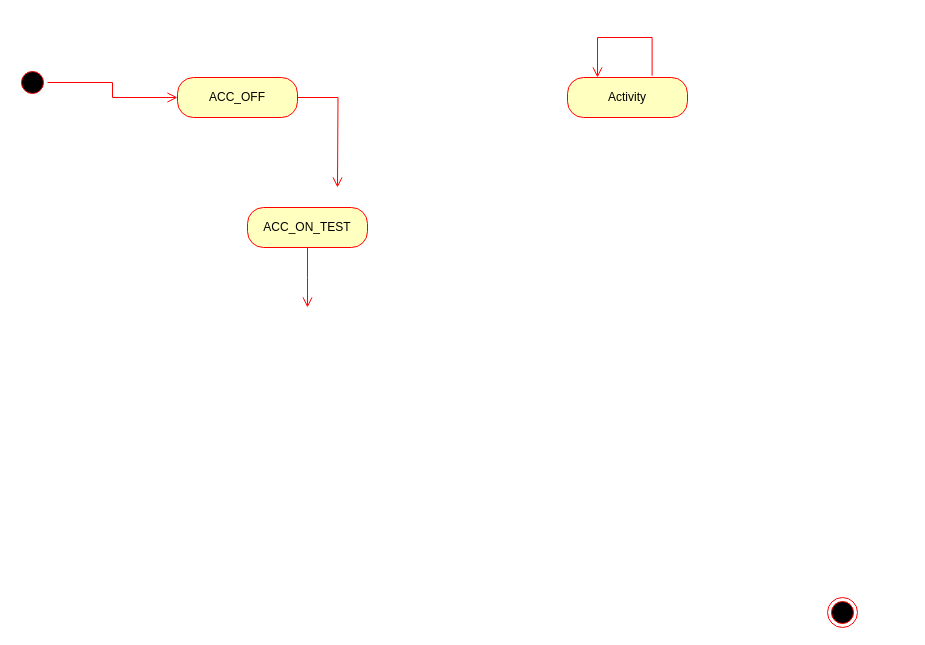
Above: 제목 없는 다이어그램.drawio in chaeyoonl/state-transition-diagram-test (draw.io), before the change. Source tidied: cells renumbered, new cells numbered last; positions are measured from the earlier drawing's top-left corner, leaving out a move shared by most shapes. Both pictures are drawn from the tidied source at 100%, with x=0, y=0 at pixel (17, 37).
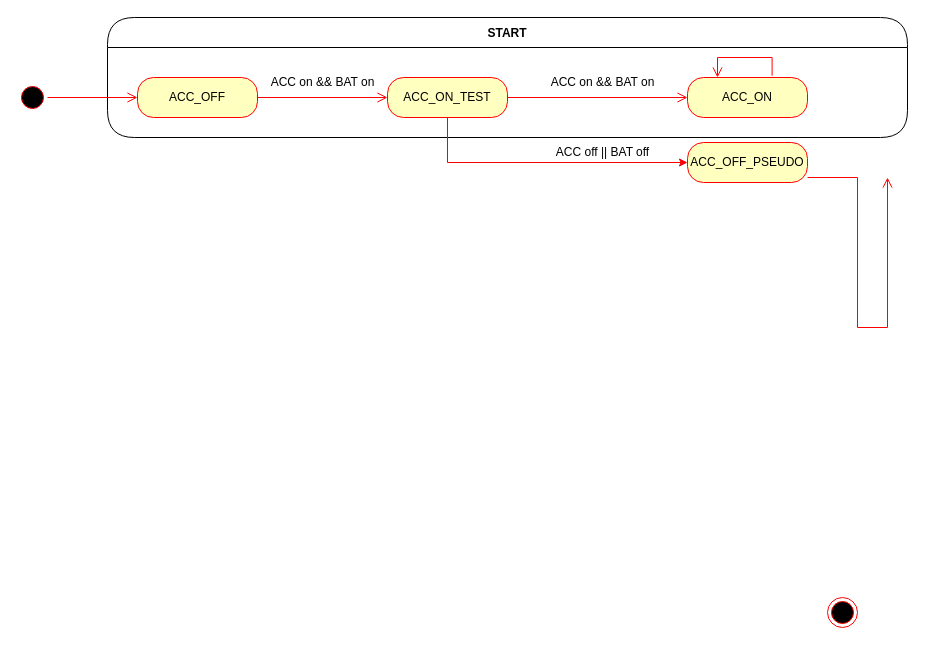
After the change.

Commit message (it also covers changes not shown here):
FUSO_전원관리.drawio 업데이트

Change to the diagram source:
```diff
@@
+    <mxCell id="11" value="START" style="swimlane;fontStyle=1;align=center;verticalAlign=middle;horizontal=1;startSize=30;rounded=1;arcSize=30;swimlaneFillColor=#FFFFFF;fillStyle=auto;" parent="1" vertex="1">
+      <mxGeometry x="90" y="-20" width="800" height="120" as="geometry" />
+    </mxCell>
@@
     <mxCell id="3" style="ellipse;html=1;shape=startState;fillColor=#000000;strokeColor=#ff0000;fillStyle=auto;" parent="1" vertex="1">
-      <mxGeometry y="30" width="30" height="30" as="geometry" />
+      <mxGeometry y="45" width="30" height="30" as="geometry" />
     </mxCell>
@@
     <mxCell id="5" value="ACC_OFF" style="rounded=1;whiteSpace=wrap;html=1;arcSize=40;fontColor=#000000;fillColor=#ffffc0;strokeColor=#ff0000;fillStyle=auto;" parent="1" vertex="1">
-      <mxGeometry x="160" y="40" width="120" height="40" as="geometry" />
+      <mxGeometry x="120" y="40" width="120" height="40" as="geometry" />
     </mxCell>
-    <mxCell id="6" style="edgeStyle=orthogonalEdgeStyle;html=1;verticalAlign=bottom;endArrow=open;endSize=8;strokeColor=#ff0000;rounded=0;" parent="1" edge="1" source="5">
-      <mxGeometry relative="1" as="geometry">
-        <mxPoint x="320" y="150" as="targetPoint" />
-      </mxGeometry>
+    <mxCell id="6" style="edgeStyle=orthogonalEdgeStyle;html=1;verticalAlign=bottom;endArrow=open;endSize=8;strokeColor=#ff0000;rounded=0;entryX=0;entryY=0.5;entryDx=0;entryDy=0;" parent="1" edge="1" source="5" target="9">
+      <mxGeometry relative="1" as="geometry" />
     </mxCell>
-    <mxCell id="7" value="Activity" style="rounded=1;whiteSpace=wrap;html=1;arcSize=40;fontColor=#000000;fillColor=#ffffc0;strokeColor=#ff0000;fillStyle=auto;" parent="1" vertex="1">
-      <mxGeometry x="550" y="40" width="120" height="40" as="geometry" />
+    <mxCell id="7" value="ACC_ON" style="rounded=1;whiteSpace=wrap;html=1;arcSize=40;fontColor=#000000;fillColor=#ffffc0;strokeColor=#ff0000;fillStyle=auto;" parent="1" vertex="1">
+      <mxGeometry x="670" y="40" width="120" height="40" as="geometry" />
     </mxCell>
     <mxCell id="8" style="edgeStyle=orthogonalEdgeStyle;html=1;verticalAlign=bottom;endArrow=open;endSize=8;strokeColor=#ff0000;rounded=0;exitX=0.705;exitY=-0.045;exitDx=0;exitDy=0;exitPerimeter=0;entryX=0.25;entryY=0;entryDx=0;entryDy=0;" parent="1" edge="1" source="7" target="7">
       <mxGeometry relative="1" as="geometry">
         <Array as="points">
-          <mxPoint x="635" />
-          <mxPoint x="580" />
+          <mxPoint x="755" y="20" />
+          <mxPoint x="700" y="20" />
         </Array>
       </mxGeometry>
     </mxCell>
+    <mxCell id="12" style="edgeStyle=orthogonalEdgeStyle;rounded=0;jettySize=auto;html=1;exitX=0.5;exitY=1;exitDx=0;exitDy=0;entryX=0;entryY=0.5;entryDx=0;entryDy=0;strokeColor=#F70000;" parent="1" edge="1" source="9" target="15">
+      <mxGeometry relative="1" as="geometry">
+        <Array as="points">
+          <mxPoint x="430" y="125" />
+        </Array>
+      </mxGeometry>
+    </mxCell>
     <mxCell id="9" value="ACC_ON_TEST" style="rounded=1;whiteSpace=wrap;html=1;arcSize=40;fontColor=#000000;fillColor=#ffffc0;strokeColor=#ff0000;fillStyle=auto;" parent="1" vertex="1">
-      <mxGeometry x="230" y="170" width="120" height="40" as="geometry" />
+      <mxGeometry x="370" y="40" width="120" height="40" as="geometry" />
     </mxCell>
-    <mxCell id="10" style="edgeStyle=orthogonalEdgeStyle;html=1;verticalAlign=bottom;endArrow=open;endSize=8;strokeColor=#ff0000;rounded=0;" parent="1" edge="1" source="9">
-      <mxGeometry relative="1" as="geometry">
-        <mxPoint x="290" y="270" as="targetPoint" />
-      </mxGeometry>
+    <mxCell id="10" style="edgeStyle=orthogonalEdgeStyle;html=1;verticalAlign=bottom;endArrow=open;endSize=8;strokeColor=#ff0000;rounded=0;entryX=0;entryY=0.5;entryDx=0;entryDy=0;" parent="1" edge="1" source="9" target="7">
+      <mxGeometry relative="1" as="geometry" />
     </mxCell>
+    <mxCell id="13" value="ACC on &amp;amp;&amp;amp; BAT on" style="text;html=1;align=center;verticalAlign=middle;fillColor=none;strokeColor=none;rounded=0;fillStyle=auto;" parent="1" vertex="1">
+      <mxGeometry x="240" y="30" width="130" height="30" as="geometry" />
+    </mxCell>
+    <mxCell id="14" value="ACC on &amp;amp;&amp;amp; BAT on" style="text;html=1;align=center;verticalAlign=middle;fillColor=none;strokeColor=none;rounded=0;fillStyle=auto;" parent="1" vertex="1">
+      <mxGeometry x="520" y="30" width="130" height="30" as="geometry" />
+    </mxCell>
+    <mxCell id="15" value="ACC_OFF_PSEUDO" style="rounded=1;whiteSpace=wrap;html=1;arcSize=40;fontColor=#000000;fillColor=#ffffc0;strokeColor=#ff0000;fillStyle=auto;" parent="1" vertex="1">
+      <mxGeometry x="670" y="105" width="120" height="40" as="geometry" />
+    </mxCell>
+    <mxCell id="16" style="edgeStyle=orthogonalEdgeStyle;html=1;verticalAlign=bottom;endArrow=open;endSize=8;strokeColor=#ff0000;rounded=0;" parent="1" edge="1" source="15">
+      <mxGeometry relative="1" as="geometry">
+        <mxPoint x="870" y="140" as="targetPoint" />
+        <Array as="points">
+          <mxPoint x="840" y="140" />
+          <mxPoint x="840" y="290" />
+        </Array>
+      </mxGeometry>
+    </mxCell>
+    <mxCell id="17" value="ACC off || BAT off" style="text;html=1;align=center;verticalAlign=middle;fillColor=none;strokeColor=none;rounded=0;fillStyle=auto;" parent="1" vertex="1">
+      <mxGeometry x="525" y="100" width="120" height="30" as="geometry" />
+    </mxCell>
```
